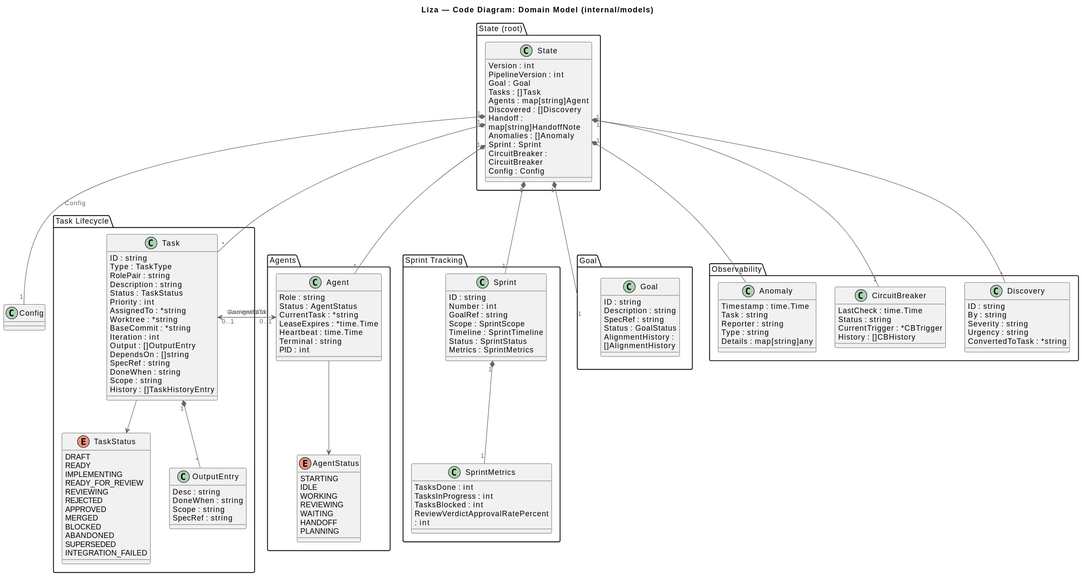
Above: specs/architecture/c4/c4-4a-code-models.svg in phatvt-dev-2/liza (PlantUML), before the change.
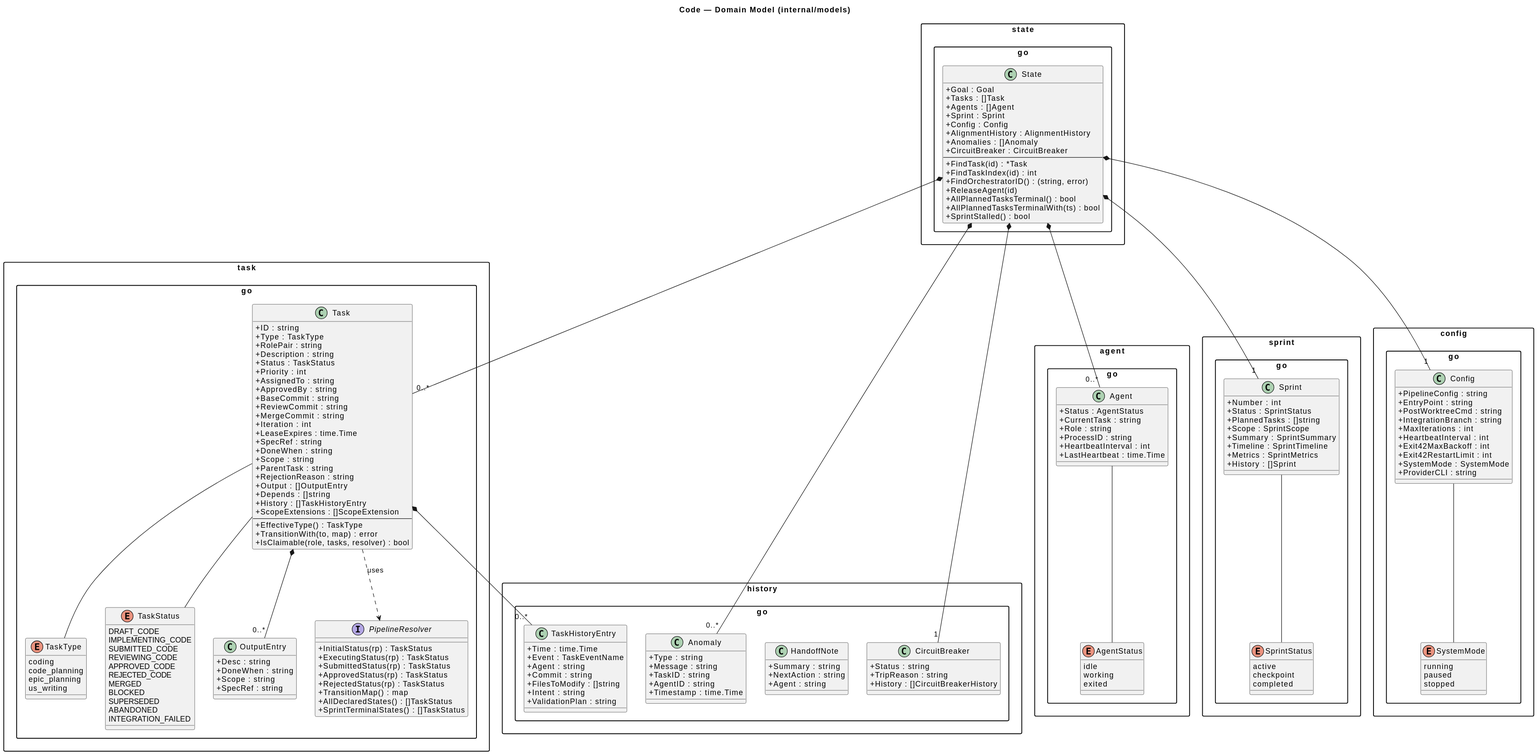
After the commit.

What changed in the source:
```diff
@@ -1,156 +1,201 @@
 @startuml
-!include <C4/C4_Component>
-title Liza — Code Diagram: Domain Model (internal/models)
+title Code — Domain Model (internal/models)
 
-package "State (root)" {
-    class State {
-        Version : int
-        PipelineVersion : int
-        Goal : Goal
-        Tasks : []Task
-        Agents : map[string]Agent
-        Discovered : []Discovery
-        Handoff : map[string]HandoffNote
-        Anomalies : []Anomaly
-        Sprint : Sprint
-        CircuitBreaker : CircuitBreaker
-        Config : Config
-    }
+skinparam packageStyle rectangle
+skinparam classAttributeIconSize 0
+
+package "state.go" {
+  class State {
+    +Goal : Goal
+    +Tasks : []Task
+    +Agents : []Agent
+    +Sprint : Sprint
+    +Config : Config
+    +AlignmentHistory : AlignmentHistory
+    +Anomalies : []Anomaly
+    +CircuitBreaker : CircuitBreaker
+    --
+    +FindTask(id) : *Task
+    +FindTaskIndex(id) : int
+    +FindOrchestratorID() : (string, error)
+    +ReleaseAgent(id)
+    +AllPlannedTasksTerminal() : bool
+    +AllPlannedTasksTerminalWith(ts) : bool
+    +SprintStalled() : bool
+  }
 }
 
-package "Task Lifecycle" {
-    class Task {
-        ID : string
-        Type : TaskType
-        RolePair : string
-        Description : string
-        Status : TaskStatus
-        Priority : int
-        AssignedTo : *string
-        Worktree : *string
-        BaseCommit : *string
-        Iteration : int
-        Output : []OutputEntry
-        DependsOn : []string
-        SpecRef : string
-        DoneWhen : string
-        Scope : string
-        History : []TaskHistoryEntry
-    }
+package "task.go" {
+  enum TaskType {
+    coding
+    code_planning
+    epic_planning
+    us_writing
+  }
 
-    enum TaskStatus {
-        DRAFT
-        READY
-        IMPLEMENTING
-        READY_FOR_REVIEW
-        REVIEWING
-        REJECTED
-        APPROVED
-        MERGED
-        BLOCKED
-        ABANDONED
-        SUPERSEDED
-        INTEGRATION_FAILED
-    }
+  enum TaskStatus {
+    DRAFT_CODE
+    IMPLEMENTING_CODE
+    SUBMITTED_CODE
+    REVIEWING_CODE
+    APPROVED_CODE
+    REJECTED_CODE
+    MERGED
+    BLOCKED
+    SUPERSEDED
+    ABANDONED
+    INTEGRATION_FAILED
+  }
 
-    class OutputEntry {
-        Desc : string
-        DoneWhen : string
-        Scope : string
-        SpecRef : string
-    }
+  class Task {
+    +ID : string
+    +Type : TaskType
+    +RolePair : string
+    +Description : string
+    +Status : TaskStatus
+    +Priority : int
+    +AssignedTo : string
+    +ApprovedBy : string
+    +BaseCommit : string
+    +ReviewCommit : string
+    +MergeCommit : string
+    +Iteration : int
+    +LeaseExpires : time.Time
+    +SpecRef : string
+    +DoneWhen : string
+    +Scope : string
+    +ParentTask : string
+    +RejectionReason : string
+    +Output : []OutputEntry
+    +Depends : []string
+    +History : []TaskHistoryEntry
+    +ScopeExtensions : []ScopeExtension
+    --
+    +EffectiveType() : TaskType
+    +TransitionWith(to, map) : error
+    +IsClaimable(role, tasks, resolver) : bool
+  }
+
+  class OutputEntry {
+    +Desc : string
+    +DoneWhen : string
+    +Scope : string
+    +SpecRef : string
+  }
+
+  interface PipelineResolver {
+    +InitialStatus(rp) : TaskStatus
+    +ExecutingStatus(rp) : TaskStatus
+    +SubmittedStatus(rp) : TaskStatus
+    +ApprovedStatus(rp) : TaskStatus
+    +RejectedStatus(rp) : TaskStatus
+    +TransitionMap() : map
+    +AllDeclaredStates() : []TaskStatus
+    +SprintTerminalStates() : []TaskStatus
+  }
 }
 
-package "Agents" {
-    class Agent {
-        Role : string
-        Status : AgentStatus
-        CurrentTask : *string
-        LeaseExpires : *time.Time
-        Heartbeat : time.Time
-        Terminal : string
-        PID : int
-    }
+package "agent.go" {
+  enum AgentStatus {
+    idle
+    working
+    exited
+  }
 
-    enum AgentStatus {
-        STARTING
-        IDLE
-        WORKING
-        REVIEWING
-        WAITING
-        HANDOFF
-        PLANNING
-    }
+  class Agent {
+    +Status : AgentStatus
+    +CurrentTask : string
+    +Role : string
+    +ProcessID : string
+    +HeartbeatInterval : int
+    +LastHeartbeat : time.Time
+  }
 }
 
-package "Sprint Tracking" {
-    class Sprint {
-        ID : string
-        Number : int
-        GoalRef : string
-        Scope : SprintScope
-        Timeline : SprintTimeline
-        Status : SprintStatus
-        Metrics : SprintMetrics
-    }
+package "sprint.go" {
+  enum SprintStatus {
+    active
+    checkpoint
+    completed
+  }
 
-    class SprintMetrics {
-        TasksDone : int
-        TasksInProgress : int
-        TasksBlocked : int
-        ReviewVerdictApprovalRatePercent : int
-    }
+  class Sprint {
+    +Number : int
+    +Status : SprintStatus
+    +PlannedTasks : []string
+    +Scope : SprintScope
+    +Summary : SprintSummary
+    +Timeline : SprintTimeline
+    +Metrics : SprintMetrics
+    +History : []Sprint
+  }
 }
 
-package "Goal" {
-    class Goal {
-        ID : string
-        Description : string
-        SpecRef : string
-        Status : GoalStatus
-        AlignmentHistory : []AlignmentHistory
-    }
+package "config.go" {
+  enum SystemMode {
+    running
+    paused
+    stopped
+  }
+
+  class Config {
+    +PipelineConfig : string
+    +EntryPoint : string
+    +PostWorktreeCmd : string
+    +IntegrationBranch : string
+    +MaxIterations : int
+    +HeartbeatInterval : int
+    +Exit42MaxBackoff : int
+    +Exit42RestartLimit : int
+    +SystemMode : SystemMode
+    +ProviderCLI : string
+  }
 }
 
-package "Observability" {
-    class Anomaly {
-        Timestamp : time.Time
-        Task : string
-        Reporter : string
-        Type : string
-        Details : map[string]any
-    }
+package "history.go" {
+  class TaskHistoryEntry {
+    +Time : time.Time
+    +Event : TaskEventName
+    +Agent : string
+    +Commit : string
+    +FilesToModify : []string
+    +Intent : string
+    +ValidationPlan : string
+  }
 
-    class CircuitBreaker {
-        LastCheck : time.Time
-        Status : string
-        CurrentTrigger : *CBTrigger
-        History : []CBHistory
-    }
+  class HandoffNote {
+    +Summary : string
+    +NextAction : string
+    +Agent : string
+  }
 
-    class Discovery {
-        ID : string
-        By : string
-        Severity : string
-        Urgency : string
-        ConvertedToTask : *string
-    }
+  class Anomaly {
+    +Type : string
+    +Message : string
+    +TaskID : string
+    +AgentID : string
+    +Timestamp : time.Time
+  }
+
+  class CircuitBreaker {
+    +Status : string
+    +TripReason : string
+    +History : []CircuitBreakerHistory
+  }
 }
 
-State "1" *-- "1" Goal
-State "1" *-- "*" Task
-State "1" *-- "*" Agent
-State "1" *-- "1" Sprint
-State "1" *-- "1" CircuitBreaker
-State "1" *-- "*" Anomaly
-State "1" *-- "*" Discovery
-State "1" *-- "1" Config : Config
-
-Task "1" *-- "*" OutputEntry
-Task --> TaskStatus
-Agent --> AgentStatus
-Sprint "1" *-- "1" SprintMetrics
-
-Task "0..1" --> Agent : AssignedTo
-Agent "0..1" --> Task : CurrentTask
+State *-- "0..*" Task
+State *-- "0..*" Agent
+State *-- "1" Sprint
+State *-- "1" Config
+State *-- "0..*" Anomaly
+State *-- "1" CircuitBreaker
+Task *-- "0..*" TaskHistoryEntry
+Task *-- "0..*" OutputEntry
+Task -- TaskType
+Task -- TaskStatus
+Agent -- AgentStatus
+Sprint -- SprintStatus
+Config -- SystemMode
+Task ..> PipelineResolver : uses
 @enduml
```
